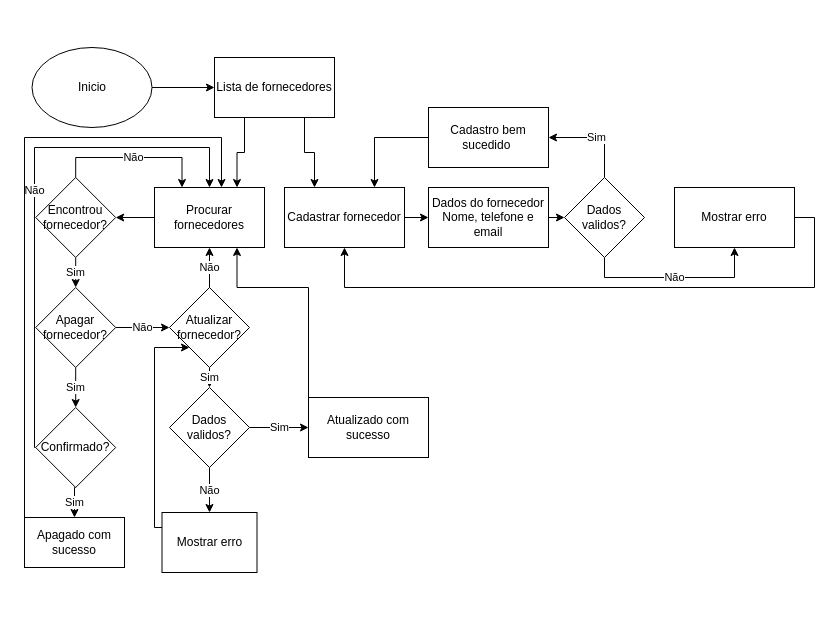
D3ise/fluxograma keeps this draw.io diagram as page "Página-2" (2 of 6) of doc/fluxograma.drawio. Above is the earlier version. Source tidied: cells renumbered, new cells numbered last; positions are measured from the earlier drawing's top-left corner, leaving out a move shared by most shapes. Both pictures are drawn from the tidied source at 100%, with x=0, y=0 at pixel (24, 47).
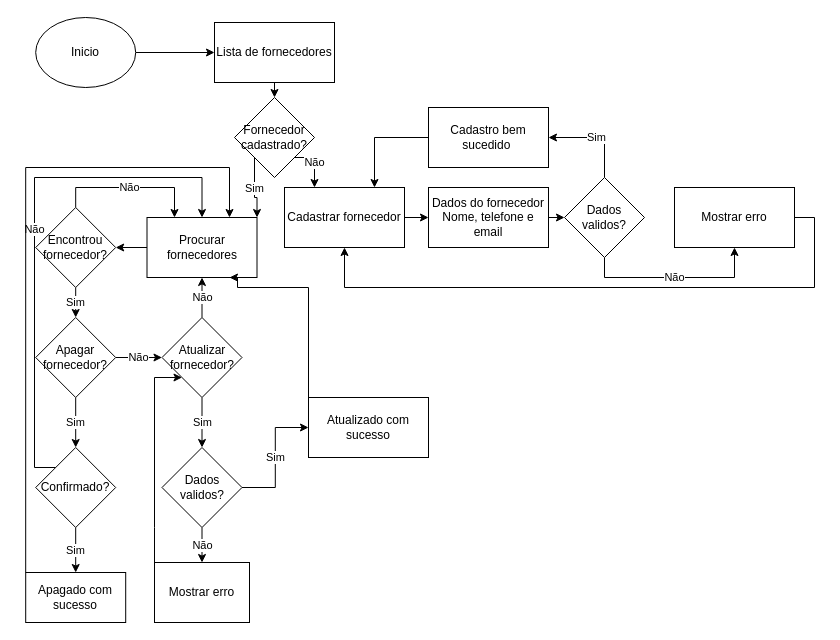
Above is the later version.

Unchanged cells that the change refers to:
```xml
<mxCell id="16" value="Cadastrar fornecedor" style="rounded=0;whiteSpace=wrap;html=1;" parent="1" vertex="1">
  <mxGeometry x="260" y="140" width="120" height="60" as="geometry" />
</mxCell>
```

The edit, as a diff of the source:
```diff
@@
     <mxCell id="4" value="Inicio" style="ellipse;whiteSpace=wrap;html=1;" parent="1" vertex="1">
-      <mxGeometry x="7.5" width="120" height="80" as="geometry" />
+      <mxGeometry x="11.2" y="-30" width="100" height="70" as="geometry" />
     </mxCell>
-    <mxCell id="5" style="edgeStyle=orthogonalEdgeStyle;rounded=0;jettySize=auto;html=1;exitX=0.25;exitY=1;exitDx=0;exitDy=0;entryX=0.75;entryY=0;entryDx=0;entryDy=0;" parent="1" edge="1" source="7" target="14">
-      <mxGeometry relative="1" as="geometry" />
-    </mxCell>
-    <mxCell id="6" style="edgeStyle=orthogonalEdgeStyle;rounded=0;jettySize=auto;html=1;exitX=0.75;exitY=1;exitDx=0;exitDy=0;entryX=0.25;entryY=0;entryDx=0;entryDy=0;" parent="1" edge="1" source="7" target="16">
-      <mxGeometry relative="1" as="geometry" />
-    </mxCell>
+    <mxCell id="42" style="edgeStyle=orthogonalEdgeStyle;rounded=0;jettySize=auto;html=1;exitX=0.5;exitY=1;exitDx=0;exitDy=0;entryX=0.5;entryY=0;entryDx=0;entryDy=0;" parent="1" edge="1" source="7" target="46">
+      <mxGeometry relative="1" as="geometry" />
+    </mxCell>
     <mxCell id="7" value="Lista de fornecedores" style="rounded=0;whiteSpace=wrap;html=1;" parent="1" vertex="1">
-      <mxGeometry x="190" y="10" width="120" height="60" as="geometry" />
+      <mxGeometry x="190" y="-25" width="120" height="60" as="geometry" />
     </mxCell>
@@
     <mxCell id="14" value="Procurar fornecedores" style="rounded=0;whiteSpace=wrap;html=1;" parent="1" vertex="1">
-      <mxGeometry x="130" y="140" width="110" height="60" as="geometry" />
+      <mxGeometry x="122.5" y="170" width="110" height="60" as="geometry" />
     </mxCell>
@@
     <mxCell id="19" value="Dados validos?" style="rhombus;whiteSpace=wrap;html=1;" parent="1" vertex="1">
-      <mxGeometry x="145" y="340" width="80" height="80" as="geometry" />
+      <mxGeometry x="137.5" y="400" width="80" height="80" as="geometry" />
     </mxCell>
@@
     <mxCell id="25" value="Mostrar erro" style="rounded=0;whiteSpace=wrap;html=1;" parent="1" vertex="1">
-      <mxGeometry x="137.5" y="465" width="95" height="60" as="geometry" />
+      <mxGeometry x="130" y="515" width="95" height="60" as="geometry" />
     </mxCell>
@@
+    <mxCell id="29" value="Sim" style="edgeStyle=orthogonalEdgeStyle;rounded=0;jettySize=auto;html=1;exitX=0.5;exitY=1;exitDx=0;exitDy=0;entryX=0.5;entryY=0;entryDx=0;entryDy=0;" parent="1" edge="1" source="30" target="33">
+      <mxGeometry relative="1" as="geometry" />
+    </mxCell>
     <mxCell id="28" value="Não" style="edgeStyle=orthogonalEdgeStyle;rounded=0;jettySize=auto;html=1;entryX=0.25;entryY=0;entryDx=0;entryDy=0;" parent="1" edge="1" source="30" target="14">
       <mxGeometry relative="1" as="geometry">
         <Array as="points">
-          <mxPoint x="51" y="110" />
-          <mxPoint x="158" y="110" />
+          <mxPoint x="51" y="140" />
+          <mxPoint x="150" y="140" />
         </Array>
       </mxGeometry>
     </mxCell>
-    <mxCell id="29" value="Sim" style="edgeStyle=orthogonalEdgeStyle;rounded=0;jettySize=auto;html=1;exitX=0.5;exitY=1;exitDx=0;exitDy=0;entryX=0.5;entryY=0;entryDx=0;entryDy=0;" parent="1" edge="1" source="30" target="33">
-      <mxGeometry relative="1" as="geometry" />
-    </mxCell>
     <mxCell id="30" value="Encontrou fornecedor?" style="rhombus;whiteSpace=wrap;html=1;" parent="1" vertex="1">
-      <mxGeometry x="11.2" y="130" width="80" height="80" as="geometry" />
+      <mxGeometry x="11.2" y="160" width="80" height="80" as="geometry" />
     </mxCell>
@@
     <mxCell id="33" value="Apagar fornecedor?" style="rhombus;whiteSpace=wrap;html=1;" parent="1" vertex="1">
-      <mxGeometry x="11.2" y="240" width="80" height="80" as="geometry" />
+      <mxGeometry x="11.2" y="270" width="80" height="80" as="geometry" />
     </mxCell>
@@
     <mxCell id="36" value="Atualizar fornecedor?" style="rhombus;whiteSpace=wrap;html=1;" parent="1" vertex="1">
-      <mxGeometry x="145" y="240" width="80" height="80" as="geometry" />
+      <mxGeometry x="137.5" y="270" width="80" height="80" as="geometry" />
     </mxCell>
@@
-    <mxCell id="38" value="Não" style="edgeStyle=orthogonalEdgeStyle;rounded=0;jettySize=auto;html=1;entryX=0.5;entryY=0;entryDx=0;entryDy=0;" parent="1" edge="1" source="39" target="14">
+    <mxCell id="38" value="Não" style="edgeStyle=orthogonalEdgeStyle;rounded=0;jettySize=auto;html=1;exitX=0;exitY=0;exitDx=0;exitDy=0;entryX=0.5;entryY=0;entryDx=0;entryDy=0;" parent="1" edge="1" source="39" target="14">
       <mxGeometry relative="1" as="geometry">
         <Array as="points">
-          <mxPoint x="10" y="400" />
-          <mxPoint x="10" y="100" />
-          <mxPoint x="185" y="100" />
+          <mxPoint x="10" y="420" />
+          <mxPoint x="10" y="130" />
+          <mxPoint x="178" y="130" />
         </Array>
       </mxGeometry>
     </mxCell>
     <mxCell id="39" value="Confirmado?" style="rhombus;whiteSpace=wrap;html=1;" parent="1" vertex="1">
-      <mxGeometry x="11.2" y="360" width="80" height="80" as="geometry" />
+      <mxGeometry x="11.2" y="400" width="80" height="80" as="geometry" />
     </mxCell>
+    <mxCell id="43" style="edgeStyle=orthogonalEdgeStyle;rounded=0;jettySize=auto;html=1;exitX=0;exitY=0;exitDx=0;exitDy=0;entryX=0.75;entryY=0;entryDx=0;entryDy=0;" parent="1" edge="1" source="40" target="14">
+      <mxGeometry relative="1" as="geometry">
+        <Array as="points">
+          <mxPoint x="1" y="120" />
+          <mxPoint x="205" y="120" />
+        </Array>
+      </mxGeometry>
+    </mxCell>
     <mxCell id="40" value="Apagado com sucesso" style="rounded=0;whiteSpace=wrap;html=1;" parent="1" vertex="1">
-      <mxGeometry y="470" width="100" height="50" as="geometry" />
+      <mxGeometry x="1.2" y="525" width="100" height="50" as="geometry" />
     </mxCell>
-    <mxCell id="41" style="edgeStyle=orthogonalEdgeStyle;rounded=0;jettySize=auto;html=1;exitX=0;exitY=0;exitDx=0;exitDy=0;" parent="1" edge="1" source="40">
-      <mxGeometry relative="1" as="geometry">
-        <mxPoint x="197" y="140" as="targetPoint" />
-        <Array as="points">
-          <mxPoint y="90" />
-          <mxPoint x="197" y="90" />
-        </Array>
-      </mxGeometry>
-    </mxCell>
+    <mxCell id="44" value="Não" style="edgeStyle=orthogonalEdgeStyle;rounded=0;jettySize=auto;html=1;exitX=1;exitY=1;exitDx=0;exitDy=0;entryX=0.25;entryY=0;entryDx=0;entryDy=0;" parent="1" edge="1" source="46" target="16">
+      <mxGeometry relative="1" as="geometry" />
+    </mxCell>
+    <mxCell id="45" value="Sim" style="edgeStyle=orthogonalEdgeStyle;rounded=0;jettySize=auto;html=1;exitX=0;exitY=1;exitDx=0;exitDy=0;entryX=1;entryY=0;entryDx=0;entryDy=0;" parent="1" edge="1" source="46" target="14">
+      <mxGeometry relative="1" as="geometry" />
+    </mxCell>
+    <mxCell id="46" value="Fornecedor cadastrado?" style="rhombus;whiteSpace=wrap;html=1;" parent="1" vertex="1">
+      <mxGeometry x="210" y="50" width="80" height="80" as="geometry" />
+    </mxCell>
```
